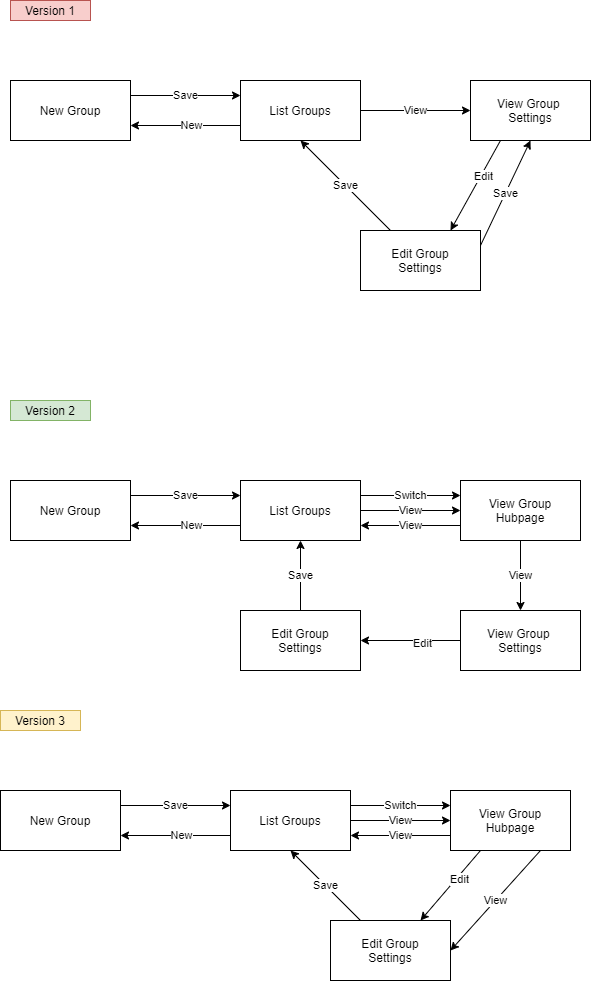
The draw.io diagram use_cases/manage_group/flow_of_event_CRUD.png in placetobeer/documentation, before a commit. Source tidied: cells renumbered, new cells last; positions are measured from the earlier drawing's top-left corner, leaving out a move shared by most shapes. Source of this version:
```xml
<mxGraphModel>
  <root>
    <mxCell id="0" />
    <mxCell id="1" parent="0" />
    <mxCell id="2" value="New Group" style="rounded=0;whiteSpace=wrap;html=1;" parent="1" vertex="1">
      <mxGeometry x="10" y="80" width="120" height="60" as="geometry" />
    </mxCell>
    <mxCell id="3" style="rounded=0;jettySize=auto;html=1;exitX=0.25;exitY=1;exitDx=0;exitDy=0;entryX=0.75;entryY=0;entryDx=0;entryDy=0;" parent="1" edge="1" source="5" target="8">
      <mxGeometry relative="1" as="geometry" />
    </mxCell>
    <mxCell id="4" value="Edit" style="edgeLabel;html=1;align=center;verticalAlign=middle;" parent="3" vertex="1">
      <mxGeometry x="-0.23" y="2" relative="1" as="geometry" />
    </mxCell>
    <mxCell id="5" value="View Group &lt;br&gt;Settings" style="rounded=0;whiteSpace=wrap;html=1;" parent="1" vertex="1">
      <mxGeometry x="470" y="80" width="120" height="60" as="geometry" />
    </mxCell>
    <mxCell id="6" value="Save" style="edgeStyle=none;rounded=0;jettySize=auto;html=1;exitX=1;exitY=0.25;exitDx=0;exitDy=0;entryX=0.5;entryY=1;entryDx=0;entryDy=0;" parent="1" edge="1" source="8" target="5">
      <mxGeometry relative="1" as="geometry" />
    </mxCell>
    <mxCell id="7" value="Save" style="edgeStyle=none;rounded=0;jettySize=auto;html=1;exitX=0.25;exitY=0;exitDx=0;exitDy=0;entryX=0.5;entryY=1;entryDx=0;entryDy=0;" parent="1" edge="1" source="8" target="13">
      <mxGeometry relative="1" as="geometry" />
    </mxCell>
    <mxCell id="8" value="Edit Group&lt;br&gt;Settings" style="rounded=0;whiteSpace=wrap;html=1;" parent="1" vertex="1">
      <mxGeometry x="360" y="230" width="120" height="60" as="geometry" />
    </mxCell>
    <mxCell id="9" value="Save" style="endArrow=classic;html=1;exitX=1;exitY=0.25;exitDx=0;exitDy=0;entryX=0;entryY=0.25;entryDx=0;entryDy=0;" parent="1" edge="1" source="2" target="13">
      <mxGeometry relative="1" as="geometry" />
    </mxCell>
    <mxCell id="10" style="edgeStyle=orthogonalEdgeStyle;rounded=0;jettySize=auto;html=1;exitX=0;exitY=0.75;exitDx=0;exitDy=0;entryX=1;entryY=0.75;entryDx=0;entryDy=0;" parent="1" edge="1" source="13" target="2">
      <mxGeometry relative="1" as="geometry" />
    </mxCell>
    <mxCell id="11" value="New" style="edgeLabel;html=1;align=center;verticalAlign=middle;" parent="10" vertex="1">
      <mxGeometry x="-0.17" y="-1" relative="1" as="geometry">
        <mxPoint x="-5" as="offset" />
      </mxGeometry>
    </mxCell>
    <mxCell id="12" value="View" style="edgeStyle=orthogonalEdgeStyle;rounded=0;jettySize=auto;html=1;exitX=1;exitY=0.5;exitDx=0;exitDy=0;entryX=0;entryY=0.5;entryDx=0;entryDy=0;" parent="1" edge="1" source="13" target="5">
      <mxGeometry relative="1" as="geometry" />
    </mxCell>
    <mxCell id="13" value="List Groups" style="rounded=0;whiteSpace=wrap;html=1;" parent="1" vertex="1">
      <mxGeometry x="240" y="80" width="120" height="60" as="geometry" />
    </mxCell>
    <mxCell id="14" value="New Group" style="rounded=0;whiteSpace=wrap;html=1;" parent="1" vertex="1">
      <mxGeometry x="10" y="480" width="120" height="60" as="geometry" />
    </mxCell>
    <mxCell id="15" style="rounded=0;jettySize=auto;html=1;exitX=0;exitY=0.5;exitDx=0;exitDy=0;entryX=1;entryY=0.5;entryDx=0;entryDy=0;" parent="1" edge="1" source="17" target="19">
      <mxGeometry relative="1" as="geometry" />
    </mxCell>
    <mxCell id="16" value="Edit" style="edgeLabel;html=1;align=center;verticalAlign=middle;" parent="15" vertex="1">
      <mxGeometry x="-0.23" y="2" relative="1" as="geometry" />
    </mxCell>
    <mxCell id="17" value="View Group &lt;br&gt;Settings" style="rounded=0;whiteSpace=wrap;html=1;" parent="1" vertex="1">
      <mxGeometry x="460" y="610" width="120" height="60" as="geometry" />
    </mxCell>
    <mxCell id="18" value="Save" style="edgeStyle=none;rounded=0;jettySize=auto;html=1;exitX=0.5;exitY=0;exitDx=0;exitDy=0;entryX=0.5;entryY=1;entryDx=0;entryDy=0;" parent="1" edge="1" source="19" target="26">
      <mxGeometry relative="1" as="geometry" />
    </mxCell>
    <mxCell id="19" value="Edit Group&lt;br&gt;Settings" style="rounded=0;whiteSpace=wrap;html=1;" parent="1" vertex="1">
      <mxGeometry x="240" y="610" width="120" height="60" as="geometry" />
    </mxCell>
    <mxCell id="20" value="Save" style="endArrow=classic;html=1;exitX=1;exitY=0.25;exitDx=0;exitDy=0;entryX=0;entryY=0.25;entryDx=0;entryDy=0;" parent="1" edge="1" source="14" target="26">
      <mxGeometry relative="1" as="geometry" />
    </mxCell>
    <mxCell id="21" style="edgeStyle=orthogonalEdgeStyle;rounded=0;jettySize=auto;html=1;exitX=0;exitY=0.75;exitDx=0;exitDy=0;entryX=1;entryY=0.75;entryDx=0;entryDy=0;" parent="1" edge="1" source="26" target="14">
      <mxGeometry relative="1" as="geometry" />
    </mxCell>
    <mxCell id="22" value="New" style="edgeLabel;html=1;align=center;verticalAlign=middle;" parent="21" vertex="1">
      <mxGeometry x="-0.17" y="-1" relative="1" as="geometry">
        <mxPoint x="-5" as="offset" />
      </mxGeometry>
    </mxCell>
    <mxCell id="23" value="View" style="edgeStyle=orthogonalEdgeStyle;rounded=0;jettySize=auto;html=1;entryX=0.5;entryY=0;entryDx=0;entryDy=0;exitX=0.5;exitY=1;exitDx=0;exitDy=0;" parent="1" edge="1" source="28" target="17">
      <mxGeometry relative="1" as="geometry" />
    </mxCell>
    <mxCell id="24" value="Switch" style="edgeStyle=none;rounded=0;jettySize=auto;html=1;exitX=1;exitY=0.25;exitDx=0;exitDy=0;entryX=0;entryY=0.25;entryDx=0;entryDy=0;" parent="1" edge="1" source="26" target="28">
      <mxGeometry relative="1" as="geometry" />
    </mxCell>
    <mxCell id="25" value="View" style="edgeStyle=none;rounded=0;jettySize=auto;html=1;exitX=1;exitY=0.5;exitDx=0;exitDy=0;entryX=0;entryY=0.5;entryDx=0;entryDy=0;" parent="1" edge="1" source="26" target="28">
      <mxGeometry relative="1" as="geometry" />
    </mxCell>
    <mxCell id="26" value="List Groups" style="rounded=0;whiteSpace=wrap;html=1;" parent="1" vertex="1">
      <mxGeometry x="240" y="480" width="120" height="60" as="geometry" />
    </mxCell>
    <mxCell id="27" value="View" style="edgeStyle=none;rounded=0;jettySize=auto;html=1;exitX=0;exitY=0.75;exitDx=0;exitDy=0;entryX=1;entryY=0.75;entryDx=0;entryDy=0;" parent="1" edge="1" source="28" target="26">
      <mxGeometry relative="1" as="geometry" />
    </mxCell>
    <mxCell id="28" value="View Group&lt;br&gt;Hubpage" style="rounded=0;whiteSpace=wrap;html=1;" parent="1" vertex="1">
      <mxGeometry x="460" y="480" width="120" height="60" as="geometry" />
    </mxCell>
    <mxCell id="29" value="Version 1" style="text;html=1;strokeColor=#b85450;fillColor=#f8cecc;align=center;verticalAlign=middle;whiteSpace=wrap;rounded=0;" parent="1" vertex="1">
      <mxGeometry x="10" width="80" height="20" as="geometry" />
    </mxCell>
    <mxCell id="30" value="Version 2" style="text;html=1;strokeColor=#82b366;fillColor=#d5e8d4;align=center;verticalAlign=middle;whiteSpace=wrap;rounded=0;" parent="1" vertex="1">
      <mxGeometry x="10" y="400" width="80" height="20" as="geometry" />
    </mxCell>
    <mxCell id="31" value="New Group" style="rounded=0;whiteSpace=wrap;html=1;" parent="1" vertex="1">
      <mxGeometry y="790" width="120" height="60" as="geometry" />
    </mxCell>
    <mxCell id="32" style="rounded=0;jettySize=auto;html=1;exitX=0.25;exitY=1;exitDx=0;exitDy=0;entryX=0.75;entryY=0;entryDx=0;entryDy=0;" parent="1" edge="1" source="44" target="35">
      <mxGeometry relative="1" as="geometry" />
    </mxCell>
    <mxCell id="33" value="Edit" style="edgeLabel;html=1;align=center;verticalAlign=middle;" parent="32" vertex="1">
      <mxGeometry x="-0.23" y="2" relative="1" as="geometry" />
    </mxCell>
    <mxCell id="34" value="Save" style="edgeStyle=none;rounded=0;jettySize=auto;html=1;exitX=0.25;exitY=0;exitDx=0;exitDy=0;entryX=0.5;entryY=1;entryDx=0;entryDy=0;" parent="1" edge="1" source="35" target="42">
      <mxGeometry relative="1" as="geometry" />
    </mxCell>
    <mxCell id="35" value="Edit Group&lt;br&gt;Settings" style="rounded=0;whiteSpace=wrap;html=1;" parent="1" vertex="1">
      <mxGeometry x="330" y="920" width="120" height="60" as="geometry" />
    </mxCell>
    <mxCell id="36" value="Save" style="endArrow=classic;html=1;exitX=1;exitY=0.25;exitDx=0;exitDy=0;entryX=0;entryY=0.25;entryDx=0;entryDy=0;" parent="1" edge="1" source="31" target="42">
      <mxGeometry relative="1" as="geometry" />
    </mxCell>
    <mxCell id="37" style="edgeStyle=orthogonalEdgeStyle;rounded=0;jettySize=auto;html=1;exitX=0;exitY=0.75;exitDx=0;exitDy=0;entryX=1;entryY=0.75;entryDx=0;entryDy=0;" parent="1" edge="1" source="42" target="31">
      <mxGeometry relative="1" as="geometry" />
    </mxCell>
    <mxCell id="38" value="New" style="edgeLabel;html=1;align=center;verticalAlign=middle;" parent="37" vertex="1">
      <mxGeometry x="-0.17" y="-1" relative="1" as="geometry">
        <mxPoint x="-5" as="offset" />
      </mxGeometry>
    </mxCell>
    <mxCell id="39" value="View" style="rounded=0;jettySize=auto;html=1;entryX=1;entryY=0.5;entryDx=0;entryDy=0;exitX=0.75;exitY=1;exitDx=0;exitDy=0;" parent="1" edge="1" source="44" target="35">
      <mxGeometry relative="1" as="geometry" />
    </mxCell>
    <mxCell id="40" value="Switch" style="edgeStyle=none;rounded=0;jettySize=auto;html=1;exitX=1;exitY=0.25;exitDx=0;exitDy=0;entryX=0;entryY=0.25;entryDx=0;entryDy=0;" parent="1" edge="1" source="42" target="44">
      <mxGeometry relative="1" as="geometry" />
    </mxCell>
    <mxCell id="41" value="View" style="edgeStyle=none;rounded=0;jettySize=auto;html=1;exitX=1;exitY=0.5;exitDx=0;exitDy=0;entryX=0;entryY=0.5;entryDx=0;entryDy=0;" parent="1" edge="1" source="42" target="44">
      <mxGeometry relative="1" as="geometry" />
    </mxCell>
    <mxCell id="42" value="List Groups" style="rounded=0;whiteSpace=wrap;html=1;" parent="1" vertex="1">
      <mxGeometry x="230" y="790" width="120" height="60" as="geometry" />
    </mxCell>
    <mxCell id="43" value="View" style="edgeStyle=none;rounded=0;jettySize=auto;html=1;exitX=0;exitY=0.75;exitDx=0;exitDy=0;entryX=1;entryY=0.75;entryDx=0;entryDy=0;" parent="1" edge="1" source="44" target="42">
      <mxGeometry relative="1" as="geometry" />
    </mxCell>
    <mxCell id="44" value="View Group&lt;br&gt;Hubpage" style="rounded=0;whiteSpace=wrap;html=1;" parent="1" vertex="1">
      <mxGeometry x="450" y="790" width="120" height="60" as="geometry" />
    </mxCell>
    <mxCell id="45" value="Version 3" style="text;html=1;strokeColor=#d6b656;fillColor=#fff2cc;align=center;verticalAlign=middle;whiteSpace=wrap;rounded=0;" parent="1" vertex="1">
      <mxGeometry y="710" width="80" height="20" as="geometry" />
    </mxCell>
  </root>
</mxGraphModel>
```
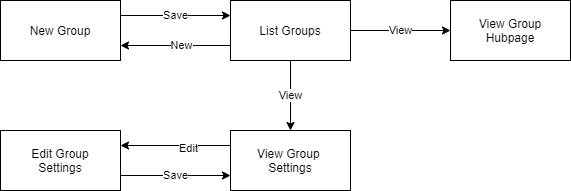
Above is the later version.

Change to the diagram source:
```diff
@@ -2,61 +2,23 @@
   <root>
     <mxCell id="0" />
     <mxCell id="1" parent="0" />
-    <mxCell id="2" value="New Group" style="rounded=0;whiteSpace=wrap;html=1;" parent="1" vertex="1">
-      <mxGeometry x="10" y="80" width="120" height="60" as="geometry" />
-    </mxCell>
-    <mxCell id="3" style="rounded=0;jettySize=auto;html=1;exitX=0.25;exitY=1;exitDx=0;exitDy=0;entryX=0.75;entryY=0;entryDx=0;entryDy=0;" parent="1" edge="1" source="5" target="8">
-      <mxGeometry relative="1" as="geometry" />
-    </mxCell>
-    <mxCell id="4" value="Edit" style="edgeLabel;html=1;align=center;verticalAlign=middle;" parent="3" vertex="1">
-      <mxGeometry x="-0.23" y="2" relative="1" as="geometry" />
-    </mxCell>
-    <mxCell id="5" value="View Group &lt;br&gt;Settings" style="rounded=0;whiteSpace=wrap;html=1;" parent="1" vertex="1">
-      <mxGeometry x="470" y="80" width="120" height="60" as="geometry" />
-    </mxCell>
-    <mxCell id="6" value="Save" style="edgeStyle=none;rounded=0;jettySize=auto;html=1;exitX=1;exitY=0.25;exitDx=0;exitDy=0;entryX=0.5;entryY=1;entryDx=0;entryDy=0;" parent="1" edge="1" source="8" target="5">
-      <mxGeometry relative="1" as="geometry" />
-    </mxCell>
-    <mxCell id="7" value="Save" style="edgeStyle=none;rounded=0;jettySize=auto;html=1;exitX=0.25;exitY=0;exitDx=0;exitDy=0;entryX=0.5;entryY=1;entryDx=0;entryDy=0;" parent="1" edge="1" source="8" target="13">
-      <mxGeometry relative="1" as="geometry" />
-    </mxCell>
-    <mxCell id="8" value="Edit Group&lt;br&gt;Settings" style="rounded=0;whiteSpace=wrap;html=1;" parent="1" vertex="1">
-      <mxGeometry x="360" y="230" width="120" height="60" as="geometry" />
-    </mxCell>
-    <mxCell id="9" value="Save" style="endArrow=classic;html=1;exitX=1;exitY=0.25;exitDx=0;exitDy=0;entryX=0;entryY=0.25;entryDx=0;entryDy=0;" parent="1" edge="1" source="2" target="13">
-      <mxGeometry relative="1" as="geometry" />
-    </mxCell>
-    <mxCell id="10" style="edgeStyle=orthogonalEdgeStyle;rounded=0;jettySize=auto;html=1;exitX=0;exitY=0.75;exitDx=0;exitDy=0;entryX=1;entryY=0.75;entryDx=0;entryDy=0;" parent="1" edge="1" source="13" target="2">
-      <mxGeometry relative="1" as="geometry" />
-    </mxCell>
-    <mxCell id="11" value="New" style="edgeLabel;html=1;align=center;verticalAlign=middle;" parent="10" vertex="1">
-      <mxGeometry x="-0.17" y="-1" relative="1" as="geometry">
-        <mxPoint x="-5" as="offset" />
-      </mxGeometry>
-    </mxCell>
-    <mxCell id="12" value="View" style="edgeStyle=orthogonalEdgeStyle;rounded=0;jettySize=auto;html=1;exitX=1;exitY=0.5;exitDx=0;exitDy=0;entryX=0;entryY=0.5;entryDx=0;entryDy=0;" parent="1" edge="1" source="13" target="5">
-      <mxGeometry relative="1" as="geometry" />
-    </mxCell>
-    <mxCell id="13" value="List Groups" style="rounded=0;whiteSpace=wrap;html=1;" parent="1" vertex="1">
-      <mxGeometry x="240" y="80" width="120" height="60" as="geometry" />
-    </mxCell>
     <mxCell id="14" value="New Group" style="rounded=0;whiteSpace=wrap;html=1;" parent="1" vertex="1">
       <mxGeometry x="10" y="480" width="120" height="60" as="geometry" />
     </mxCell>
-    <mxCell id="15" style="rounded=0;jettySize=auto;html=1;exitX=0;exitY=0.5;exitDx=0;exitDy=0;entryX=1;entryY=0.5;entryDx=0;entryDy=0;" parent="1" edge="1" source="17" target="19">
+    <mxCell id="15" style="rounded=0;jettySize=auto;html=1;exitX=0;exitY=0.25;exitDx=0;exitDy=0;entryX=1;entryY=0.25;entryDx=0;entryDy=0;" parent="1" edge="1" source="17" target="19">
       <mxGeometry relative="1" as="geometry" />
     </mxCell>
     <mxCell id="16" value="Edit" style="edgeLabel;html=1;align=center;verticalAlign=middle;" parent="15" vertex="1">
       <mxGeometry x="-0.23" y="2" relative="1" as="geometry" />
     </mxCell>
     <mxCell id="17" value="View Group &lt;br&gt;Settings" style="rounded=0;whiteSpace=wrap;html=1;" parent="1" vertex="1">
-      <mxGeometry x="460" y="610" width="120" height="60" as="geometry" />
+      <mxGeometry x="240" y="610" width="120" height="60" as="geometry" />
     </mxCell>
-    <mxCell id="18" value="Save" style="edgeStyle=none;rounded=0;jettySize=auto;html=1;exitX=0.5;exitY=0;exitDx=0;exitDy=0;entryX=0.5;entryY=1;entryDx=0;entryDy=0;" parent="1" edge="1" source="19" target="26">
+    <mxCell id="18" value="Save" style="edgeStyle=none;rounded=0;jettySize=auto;html=1;exitX=1;exitY=0.75;exitDx=0;exitDy=0;entryX=0;entryY=0.75;entryDx=0;entryDy=0;" parent="1" edge="1" source="19" target="17">
       <mxGeometry relative="1" as="geometry" />
     </mxCell>
     <mxCell id="19" value="Edit Group&lt;br&gt;Settings" style="rounded=0;whiteSpace=wrap;html=1;" parent="1" vertex="1">
-      <mxGeometry x="240" y="610" width="120" height="60" as="geometry" />
+      <mxGeometry x="10" y="610" width="120" height="60" as="geometry" />
     </mxCell>
     <mxCell id="20" value="Save" style="endArrow=classic;html=1;exitX=1;exitY=0.25;exitDx=0;exitDy=0;entryX=0;entryY=0.25;entryDx=0;entryDy=0;" parent="1" edge="1" source="14" target="26">
       <mxGeometry relative="1" as="geometry" />
@@ -69,76 +31,17 @@
         <mxPoint x="-5" as="offset" />
       </mxGeometry>
     </mxCell>
-    <mxCell id="23" value="View" style="edgeStyle=orthogonalEdgeStyle;rounded=0;jettySize=auto;html=1;entryX=0.5;entryY=0;entryDx=0;entryDy=0;exitX=0.5;exitY=1;exitDx=0;exitDy=0;" parent="1" edge="1" source="28" target="17">
+    <mxCell id="23" value="View" style="edgeStyle=orthogonalEdgeStyle;rounded=0;jettySize=auto;html=1;entryX=0.5;entryY=0;entryDx=0;entryDy=0;exitX=0.5;exitY=1;exitDx=0;exitDy=0;" parent="1" edge="1" source="26" target="17">
       <mxGeometry relative="1" as="geometry" />
     </mxCell>
-    <mxCell id="24" value="Switch" style="edgeStyle=none;rounded=0;jettySize=auto;html=1;exitX=1;exitY=0.25;exitDx=0;exitDy=0;entryX=0;entryY=0.25;entryDx=0;entryDy=0;" parent="1" edge="1" source="26" target="28">
-      <mxGeometry relative="1" as="geometry" />
-    </mxCell>
     <mxCell id="25" value="View" style="edgeStyle=none;rounded=0;jettySize=auto;html=1;exitX=1;exitY=0.5;exitDx=0;exitDy=0;entryX=0;entryY=0.5;entryDx=0;entryDy=0;" parent="1" edge="1" source="26" target="28">
       <mxGeometry relative="1" as="geometry" />
     </mxCell>
     <mxCell id="26" value="List Groups" style="rounded=0;whiteSpace=wrap;html=1;" parent="1" vertex="1">
       <mxGeometry x="240" y="480" width="120" height="60" as="geometry" />
     </mxCell>
-    <mxCell id="27" value="View" style="edgeStyle=none;rounded=0;jettySize=auto;html=1;exitX=0;exitY=0.75;exitDx=0;exitDy=0;entryX=1;entryY=0.75;entryDx=0;entryDy=0;" parent="1" edge="1" source="28" target="26">
-      <mxGeometry relative="1" as="geometry" />
-    </mxCell>
     <mxCell id="28" value="View Group&lt;br&gt;Hubpage" style="rounded=0;whiteSpace=wrap;html=1;" parent="1" vertex="1">
       <mxGeometry x="460" y="480" width="120" height="60" as="geometry" />
     </mxCell>
-    <mxCell id="29" value="Version 1" style="text;html=1;strokeColor=#b85450;fillColor=#f8cecc;align=center;verticalAlign=middle;whiteSpace=wrap;rounded=0;" parent="1" vertex="1">
-      <mxGeometry x="10" width="80" height="20" as="geometry" />
-    </mxCell>
-    <mxCell id="30" value="Version 2" style="text;html=1;strokeColor=#82b366;fillColor=#d5e8d4;align=center;verticalAlign=middle;whiteSpace=wrap;rounded=0;" parent="1" vertex="1">
-      <mxGeometry x="10" y="400" width="80" height="20" as="geometry" />
-    </mxCell>
-    <mxCell id="31" value="New Group" style="rounded=0;whiteSpace=wrap;html=1;" parent="1" vertex="1">
-      <mxGeometry y="790" width="120" height="60" as="geometry" />
-    </mxCell>
-    <mxCell id="32" style="rounded=0;jettySize=auto;html=1;exitX=0.25;exitY=1;exitDx=0;exitDy=0;entryX=0.75;entryY=0;entryDx=0;entryDy=0;" parent="1" edge="1" source="44" target="35">
-      <mxGeometry relative="1" as="geometry" />
-    </mxCell>
-    <mxCell id="33" value="Edit" style="edgeLabel;html=1;align=center;verticalAlign=middle;" parent="32" vertex="1">
-      <mxGeometry x="-0.23" y="2" relative="1" as="geometry" />
-    </mxCell>
-    <mxCell id="34" value="Save" style="edgeStyle=none;rounded=0;jettySize=auto;html=1;exitX=0.25;exitY=0;exitDx=0;exitDy=0;entryX=0.5;entryY=1;entryDx=0;entryDy=0;" parent="1" edge="1" source="35" target="42">
-      <mxGeometry relative="1" as="geometry" />
-    </mxCell>
-    <mxCell id="35" value="Edit Group&lt;br&gt;Settings" style="rounded=0;whiteSpace=wrap;html=1;" parent="1" vertex="1">
-      <mxGeometry x="330" y="920" width="120" height="60" as="geometry" />
-    </mxCell>
-    <mxCell id="36" value="Save" style="endArrow=classic;html=1;exitX=1;exitY=0.25;exitDx=0;exitDy=0;entryX=0;entryY=0.25;entryDx=0;entryDy=0;" parent="1" edge="1" source="31" target="42">
-      <mxGeometry relative="1" as="geometry" />
-    </mxCell>
-    <mxCell id="37" style="edgeStyle=orthogonalEdgeStyle;rounded=0;jettySize=auto;html=1;exitX=0;exitY=0.75;exitDx=0;exitDy=0;entryX=1;entryY=0.75;entryDx=0;entryDy=0;" parent="1" edge="1" source="42" target="31">
-      <mxGeometry relative="1" as="geometry" />
-    </mxCell>
-    <mxCell id="38" value="New" style="edgeLabel;html=1;align=center;verticalAlign=middle;" parent="37" vertex="1">
-      <mxGeometry x="-0.17" y="-1" relative="1" as="geometry">
-        <mxPoint x="-5" as="offset" />
-      </mxGeometry>
-    </mxCell>
-    <mxCell id="39" value="View" style="rounded=0;jettySize=auto;html=1;entryX=1;entryY=0.5;entryDx=0;entryDy=0;exitX=0.75;exitY=1;exitDx=0;exitDy=0;" parent="1" edge="1" source="44" target="35">
-      <mxGeometry relative="1" as="geometry" />
-    </mxCell>
-    <mxCell id="40" value="Switch" style="edgeStyle=none;rounded=0;jettySize=auto;html=1;exitX=1;exitY=0.25;exitDx=0;exitDy=0;entryX=0;entryY=0.25;entryDx=0;entryDy=0;" parent="1" edge="1" source="42" target="44">
-      <mxGeometry relative="1" as="geometry" />
-    </mxCell>
-    <mxCell id="41" value="View" style="edgeStyle=none;rounded=0;jettySize=auto;html=1;exitX=1;exitY=0.5;exitDx=0;exitDy=0;entryX=0;entryY=0.5;entryDx=0;entryDy=0;" parent="1" edge="1" source="42" target="44">
-      <mxGeometry relative="1" as="geometry" />
-    </mxCell>
-    <mxCell id="42" value="List Groups" style="rounded=0;whiteSpace=wrap;html=1;" parent="1" vertex="1">
-      <mxGeometry x="230" y="790" width="120" height="60" as="geometry" />
-    </mxCell>
-    <mxCell id="43" value="View" style="edgeStyle=none;rounded=0;jettySize=auto;html=1;exitX=0;exitY=0.75;exitDx=0;exitDy=0;entryX=1;entryY=0.75;entryDx=0;entryDy=0;" parent="1" edge="1" source="44" target="42">
-      <mxGeometry relative="1" as="geometry" />
-    </mxCell>
-    <mxCell id="44" value="View Group&lt;br&gt;Hubpage" style="rounded=0;whiteSpace=wrap;html=1;" parent="1" vertex="1">
-      <mxGeometry x="450" y="790" width="120" height="60" as="geometry" />
-    </mxCell>
-    <mxCell id="45" value="Version 3" style="text;html=1;strokeColor=#d6b656;fillColor=#fff2cc;align=center;verticalAlign=middle;whiteSpace=wrap;rounded=0;" parent="1" vertex="1">
-      <mxGeometry y="710" width="80" height="20" as="geometry" />
-    </mxCell>
   </root>
 </mxGraphModel>
```
